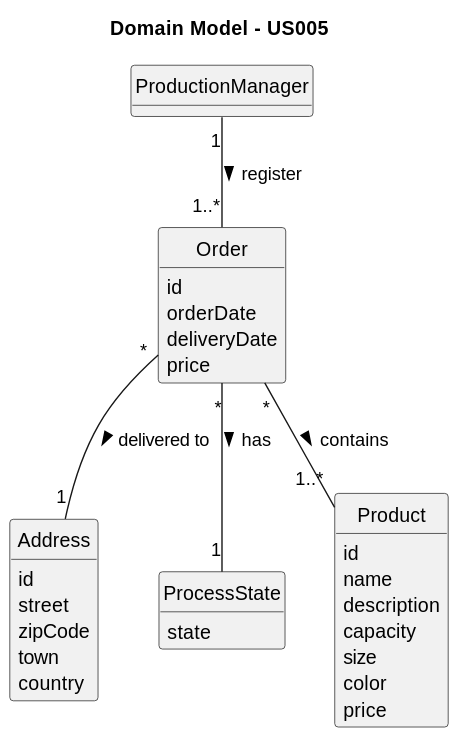
The PlantUML diagram documentation/user-stories/us005/02.analysis/svg/us005-domain-model.svg in daniel41silva05/Production_Control_Industrial_ISEP, before a commit. Its diagram source:
```plantuml
@startuml
skinparam monochrome true
skinparam packageStyle rectangle
skinparam shadowing false

skinparam classAttributeIconSize 0

hide circle
hide methods

title Domain Model - US005

class ProductionManager {
}

class Order {
    id
    orderDate
    deliveryDate
    price
}

class Address {
    id
    street
    zipCode
    town
    country
}

enum ProcessState {
    state
}

class Product {
    id
    name
    description
    capacity
    size
    color
    price
}


ProductionManager "1" -- "1..*" Order : register >
Order "*" -- "1..*" Product : contains >
Order "*" -- "1" Address : delivered to >
Order "*" -- "1" ProcessState : has >
@enduml
```
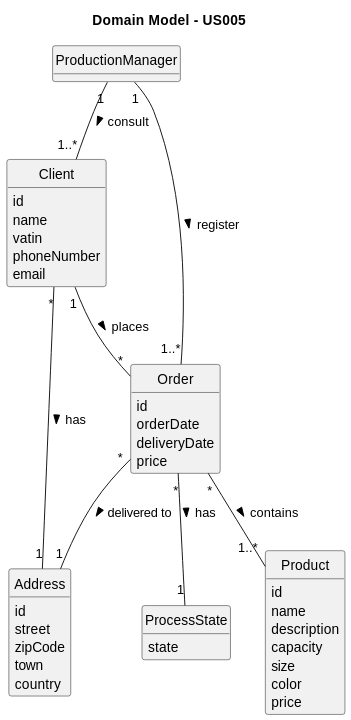
The same diagram one commit later.

Diff of the diagram source:
```diff
@@ -11,6 +11,14 @@
 title Domain Model - US005
 
 class ProductionManager {
+}
+
+class Client {
+    id
+    name
+    vatin
+    phoneNumber
+    email
 }
 
 class Order {
@@ -42,9 +50,11 @@
     price
 }
 
-
+ProductionManager "1" -- "1..*" Client : consult >
 ProductionManager "1" -- "1..*" Order : register >
 Order "*" -- "1..*" Product : contains >
 Order "*" -- "1" Address : delivered to >
 Order "*" -- "1" ProcessState : has >
+Client "*" -- "1" Address : has >
+Client "1" -- "*" Order : places >
 @enduml
```
